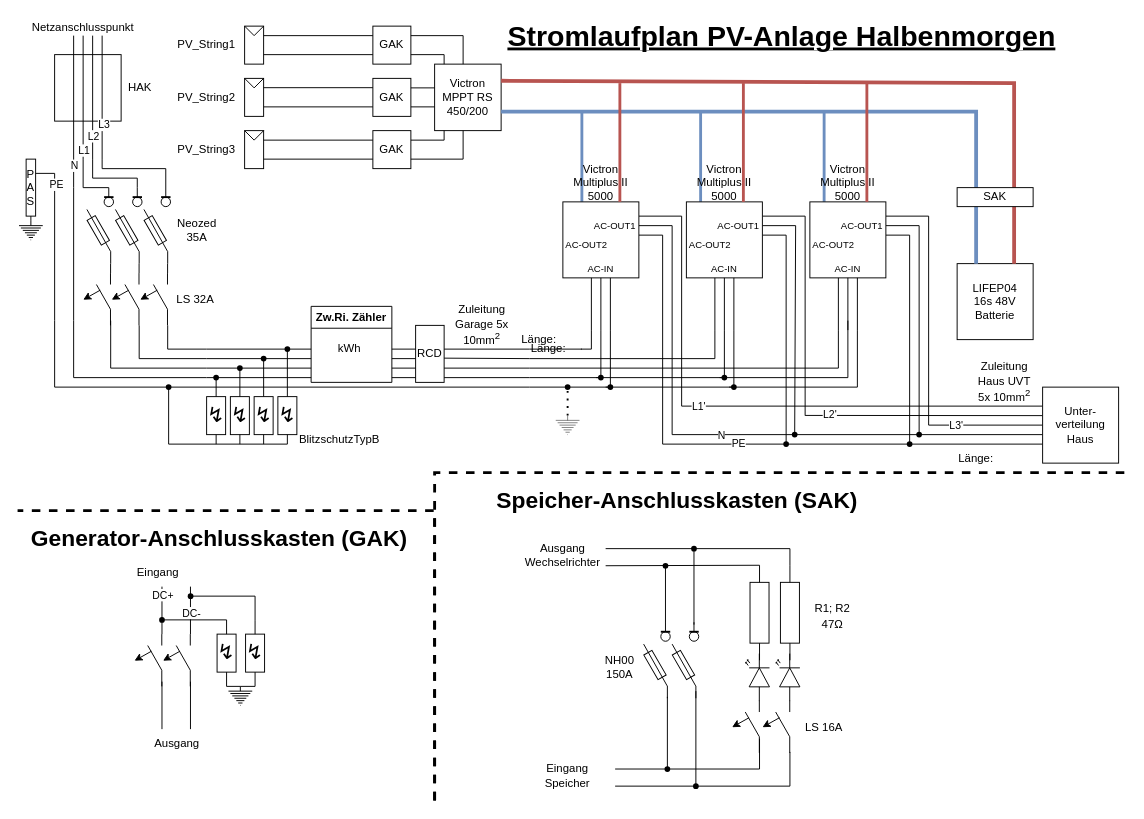
The draw.io diagram PV_Schaltplan.drawio in Lostqw1/Funfun, before the edit. Source tidied: cells renumbered, new cells numbered last; positions are measured from the earlier drawing's top-left corner, leaving out a move shared by most shapes. Both pictures are drawn from the tidied source at 95%, with x=0, y=0 at pixel (17, 16).
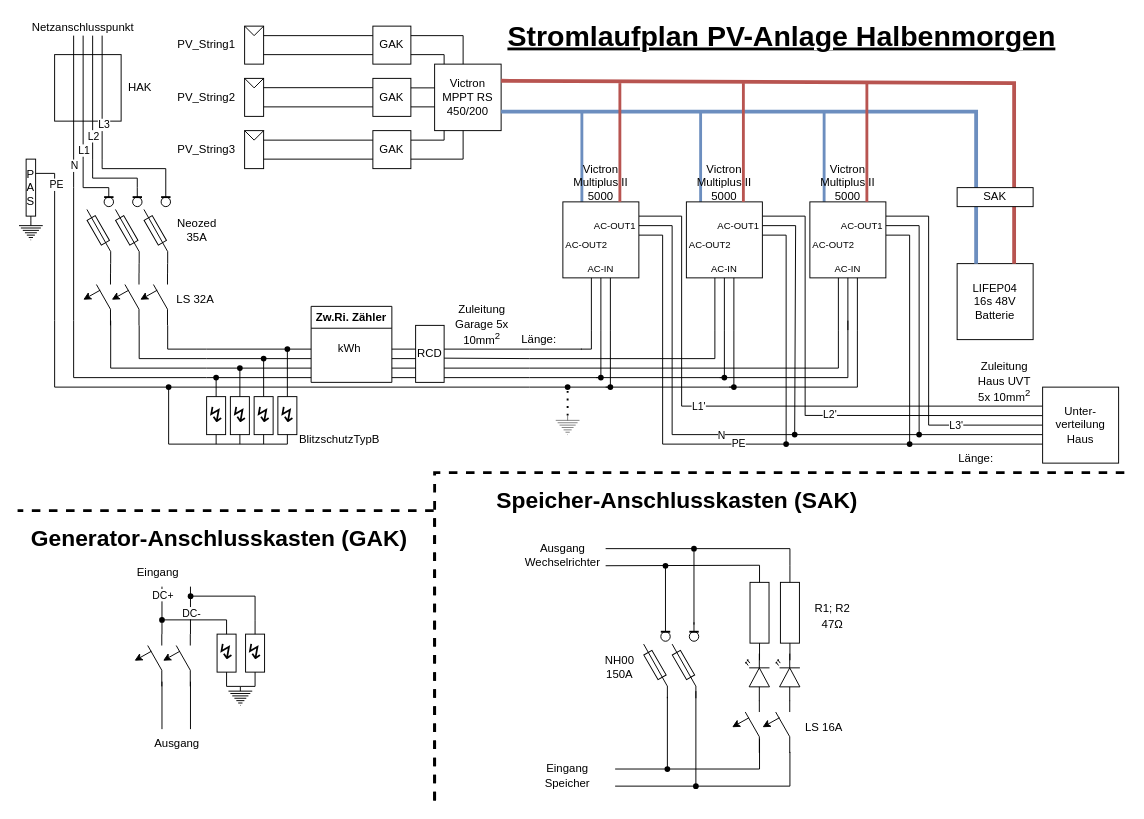
After the change.

Change to the diagram source:
```diff
@@
-    <mxCell id="317" value="Länge:" style="text;html=1;strokeColor=none;fillColor=none;align=center;verticalAlign=middle;whiteSpace=wrap;rounded=0;" parent="1" vertex="1">
-      <mxGeometry x="529" y="335" width="60" height="30" as="geometry" />
-    </mxCell>
```
